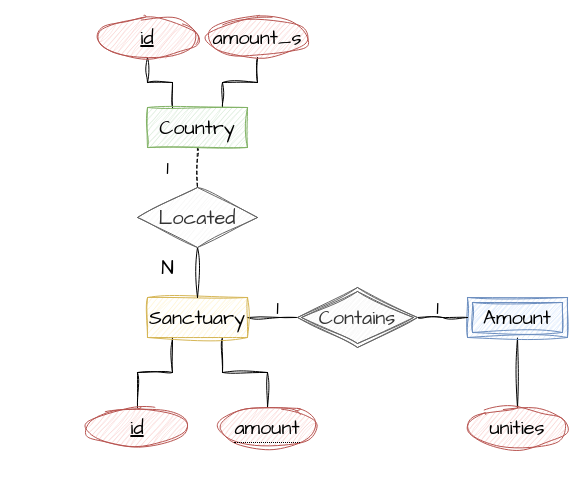
Above: docs/ERD.drawio in rafaelngoncalves5/elephant-api (draw.io), before the change. Source tidied: cells renumbered, new cells numbered last; positions are measured from the earlier drawing's top-left corner, leaving out a move shared by most shapes. Both pictures are drawn from the tidied source at 100%, with x=0, y=0 at pixel (87, 17).
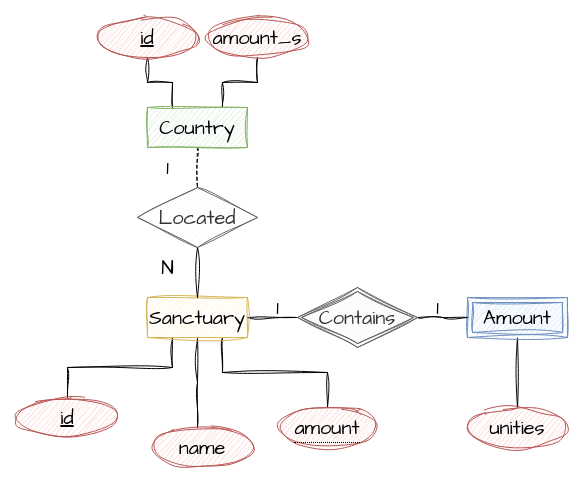
After the change.

The change refers to these unchanged cells:
```xml
<mxCell id="9" value="Sanctuary" style="whiteSpace=wrap;html=1;align=center;sketch=1;hachureGap=4;jiggle=2;curveFitting=1;fontFamily=Architects Daughter;fontSize=20;fillColor=#fff2cc;strokeColor=#d6b656;" parent="1" vertex="1">
  <mxGeometry x="60" y="280" width="100" height="40" as="geometry" />
</mxCell>
```

The edit, as a diff of the source:
```diff
@@
+    <mxCell id="25" style="edgeStyle=orthogonalEdgeStyle;rounded=0;sketch=1;hachureGap=4;jiggle=2;curveFitting=1;jettySize=auto;html=1;exitX=0.5;exitY=1;exitDx=0;exitDy=0;fontFamily=Architects Daughter;fontSize=16;entryX=0.5;entryY=0;entryDx=0;entryDy=0;endArrow=none;endFill=0;" parent="1" edge="1" source="9">
+      <mxGeometry relative="1" as="geometry">
+        <mxPoint x="110" y="410" as="targetPoint" />
+      </mxGeometry>
+    </mxCell>
@@
     <mxCell id="10" value="id" style="ellipse;whiteSpace=wrap;html=1;align=center;fontStyle=4;sketch=1;hachureGap=4;jiggle=2;curveFitting=1;fontFamily=Architects Daughter;fontSize=20;fillColor=#f8cecc;strokeColor=#b85450;" parent="1" vertex="1">
-      <mxGeometry y="390" width="100" height="40" as="geometry" />
+      <mxGeometry x="-70" y="380" width="100" height="40" as="geometry" />
     </mxCell>
@@
     <mxCell id="22" value="&lt;span style=&quot;border-bottom: 1px dotted&quot;&gt;amount&lt;/span&gt;" style="ellipse;whiteSpace=wrap;html=1;align=center;sketch=1;hachureGap=4;jiggle=2;curveFitting=1;fontFamily=Architects Daughter;fontSize=20;fillColor=#f8cecc;strokeColor=#b85450;" parent="1" vertex="1">
-      <mxGeometry x="130" y="390" width="100" height="40" as="geometry" />
+      <mxGeometry x="190" y="390" width="100" height="40" as="geometry" />
     </mxCell>
@@
+    <mxCell id="26" value="name" style="ellipse;whiteSpace=wrap;html=1;align=center;sketch=1;hachureGap=4;jiggle=2;curveFitting=1;fontFamily=Architects Daughter;fontSize=20;fillColor=#f8cecc;strokeColor=#b85450;" parent="1" vertex="1">
+      <mxGeometry x="65" y="410" width="100" height="40" as="geometry" />
+    </mxCell>
```
